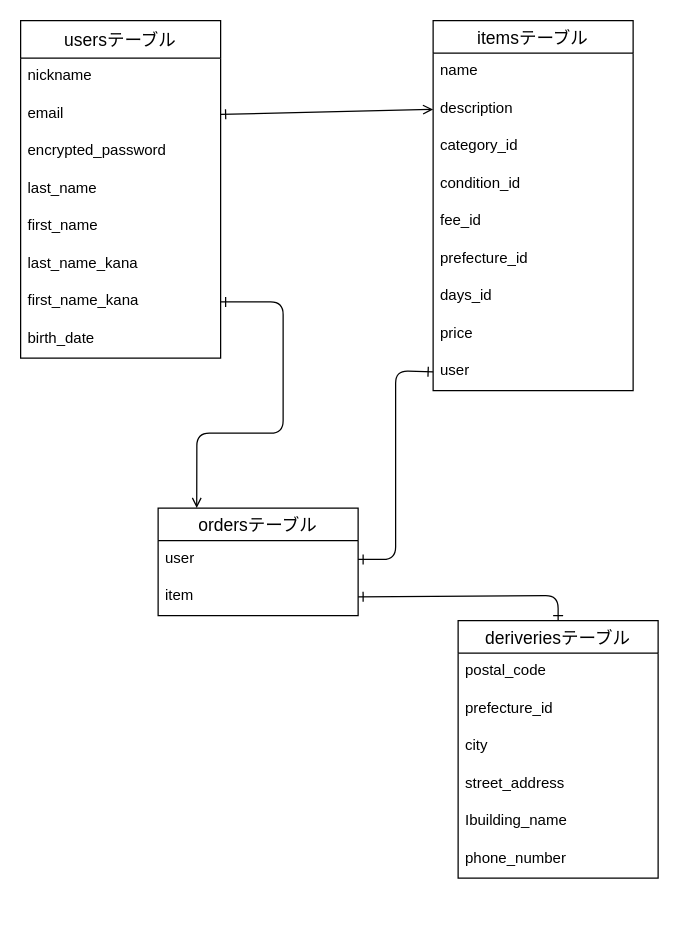
Earlier version of the draw.io diagram furima.dio (kin0208/furima40263). Source tidied: cells renumbered, new cells numbered last; positions are measured from the earlier drawing's top-left corner, leaving out a move shared by most shapes. Both pictures are drawn from the tidied source at 125%, with x=0, y=0 at pixel (20, 20).
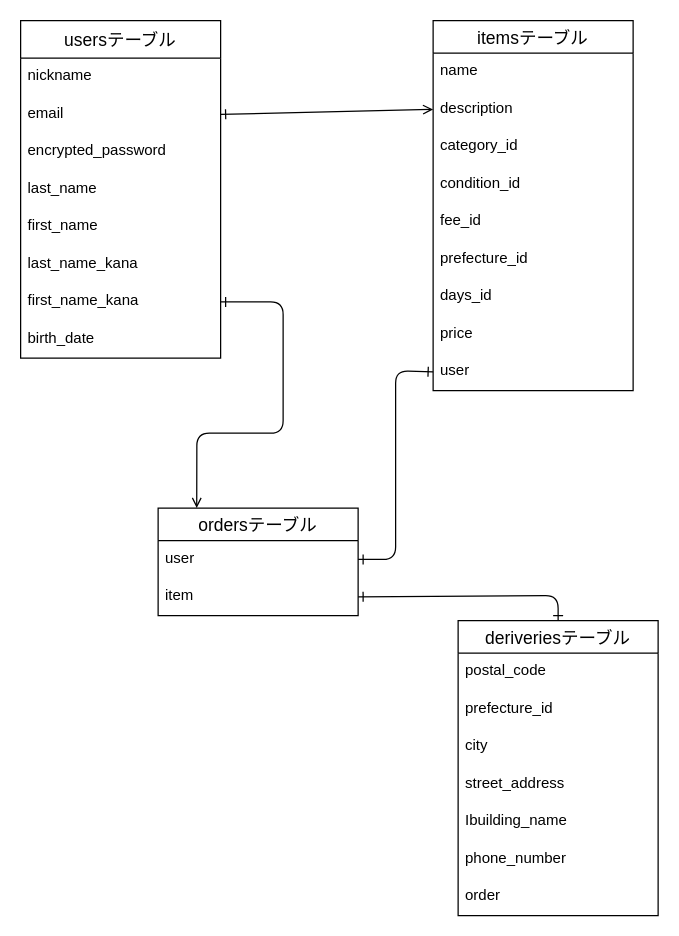
The same diagram, later.

Commit message (it also covers changes not shown here):
設計の再修正

What changed in the source:
```diff
@@
     <mxCell id="21" value="deriveriesテーブル" style="swimlane;fontStyle=0;horizontal=1;startSize=26;align=center;fontSize=14;fontFamily=Helvetica;" parent="1" vertex="1">
-      <mxGeometry x="350" y="480" width="160" height="206" as="geometry" />
+      <mxGeometry x="350" y="480" width="160" height="236" as="geometry" />
     </mxCell>
@@
+    <mxCell id="35" value="order" style="text;strokeColor=none;fillColor=none;spacingLeft=4;spacingRight=4;overflow=hidden;fontSize=12;" parent="21" vertex="1">
+      <mxGeometry y="206" width="160" height="30" as="geometry" />
+    </mxCell>
```
